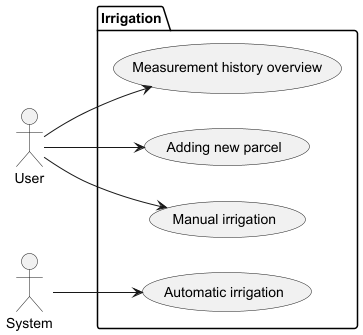
Above: docs/diagrams/use-cases-overview.png in franebebic/Irrigation (PlantUML), before the change.
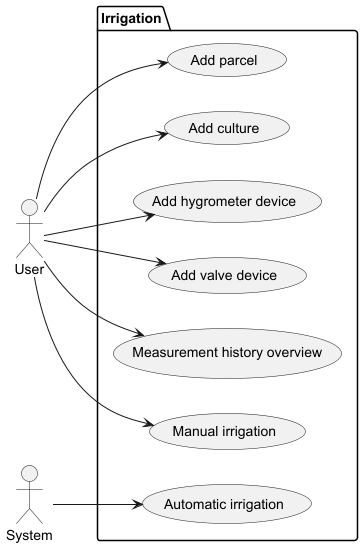
The same diagram one commit later.

Commit message:
Additional use cases

Change to the diagram source:
```diff
@@ -6,10 +6,13 @@
 actor System
 
 package "Irrigation" {
-  User --> (Adding new parcel)
+  User --> (Add parcel)
+  User --> (Add culture)
+  User --> (Add hygrometer device)
+  User --> (Add valve device)
+  User --> (Measurement history overview)
   User --> (Manual irrigation)
   System --> (Automatic irrigation)
-  User --> (Measurement history overview)
 }
 
 @enduml
```
